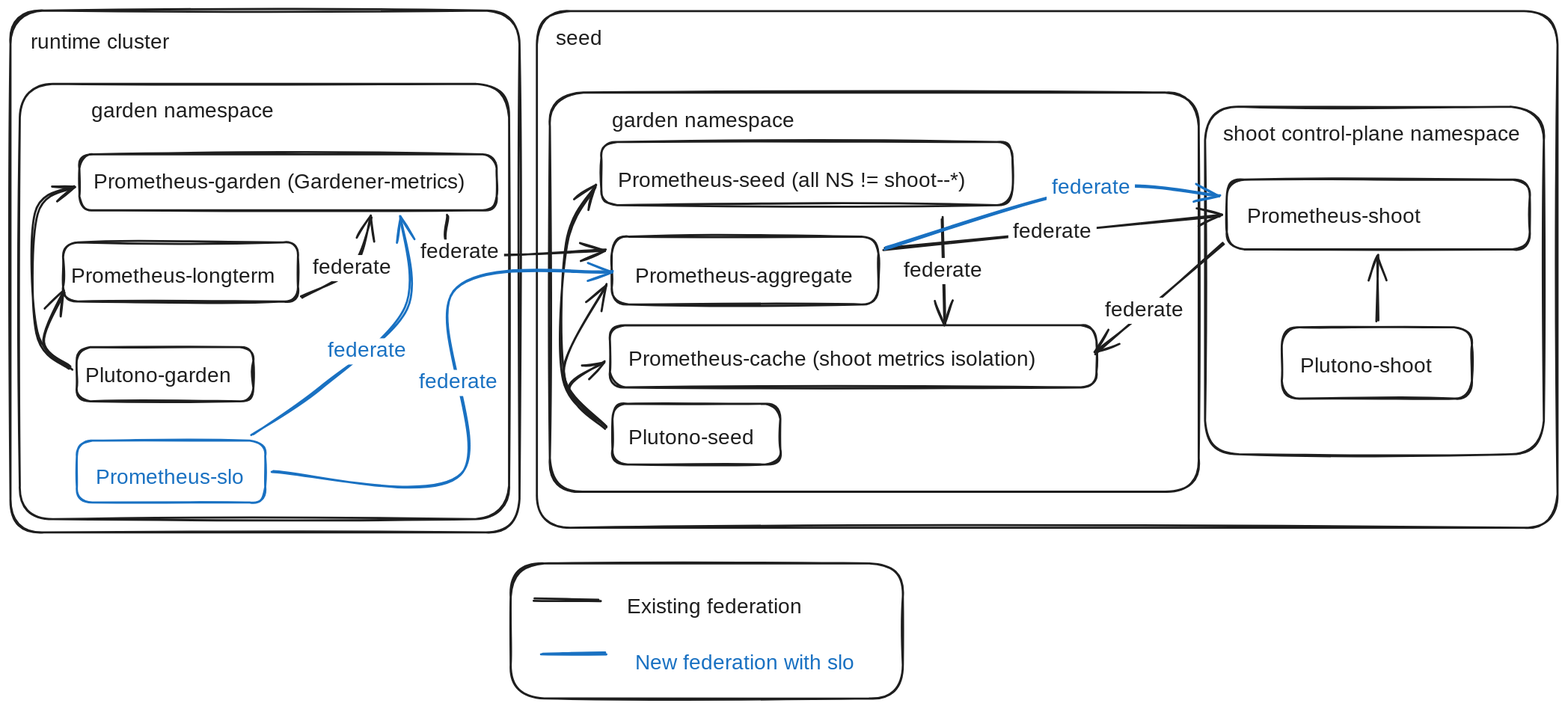
Before: geps/0041-slo-monitoring/slo-extension-plan.svg, a diagram exported from Excalidraw (gardener/enhancements). Source tidied: one line per element, renumbered; positions are measured from the earlier drawing's top-left corner, leaving out a move shared by most shapes. Its diagram source:
```json
{"id": 0, "type": "rectangle", "strokeColor": "#1e1e1e", "strokeWidth": 2, "roughness": 1, "round": true, "x": 0, "y": 0, "width": 486, "height": 498}
{"id": 1, "type": "rectangle", "strokeColor": "#1e1e1e", "strokeWidth": 2, "roughness": 1, "round": true, "x": 503, "y": 1, "width": 974, "height": 493}
{"id": 2, "type": "text", "text": "seed", "strokeColor": "#1e1e1e", "strokeWidth": 2, "roughness": 1, "fontSize": 20, "fontFamily": 5, "x": 521, "y": 15, "width": 44, "height": 25}
{"id": 3, "type": "rectangle", "strokeColor": "#1e1e1e", "strokeWidth": 2, "roughness": 1, "round": true, "x": 515, "y": 78, "width": 619, "height": 381}
{"id": 4, "type": "text", "text": "garden namespace", "strokeColor": "#1e1e1e", "strokeWidth": 2, "roughness": 1, "fontSize": 20, "fontFamily": 5, "x": 574, "y": 94, "width": 172, "height": 25}
{"id": 5, "type": "rectangle", "strokeColor": "#1e1e1e", "strokeWidth": 2, "roughness": 1, "round": true, "x": 1140, "y": 92, "width": 323, "height": 332}
{"id": 6, "type": "text", "text": "shoot control-plane namespace", "strokeColor": "#1e1e1e", "strokeWidth": 2, "roughness": 1, "fontSize": 20, "fontFamily": 5, "x": 1158, "y": 106, "width": 298, "height": 25}
{"id": 7, "type": "rectangle", "strokeColor": "#1e1e1e", "strokeWidth": 2, "roughness": 1, "round": true, "x": 1161, "y": 162, "width": 289, "height": 67}
{"id": 8, "type": "text", "text": "Prometheus-shoot", "strokeColor": "#1e1e1e", "strokeWidth": 2, "roughness": 1, "fontSize": 20, "fontFamily": 5, "x": 1181, "y": 185, "width": 179, "height": 25}
{"id": 9, "type": "rectangle", "strokeColor": "#1e1e1e", "strokeWidth": 2, "roughness": 1, "round": true, "x": 1214, "y": 303, "width": 181, "height": 68}
{"id": 10, "type": "text", "text": "Plutono-shoot", "strokeColor": "#1e1e1e", "strokeWidth": 2, "roughness": 1, "fontSize": 20, "fontFamily": 5, "x": 1232, "y": 328, "width": 140, "height": 25}
{"id": 11, "type": "arrow", "strokeColor": "#1e1e1e", "strokeWidth": 2, "roughness": 1, "endArrowhead": "arrow", "round": true, "from": 9, "to": 7, "x": 1305, "y": 297, "width": 1, "height": 62, "points": [[0, 0], [1, -62]]}
{"id": 12, "type": "rectangle", "strokeColor": "#1e1e1e", "strokeWidth": 2, "roughness": 1, "round": true, "x": 564, "y": 126, "width": 392, "height": 60}
{"id": 13, "type": "rectangle", "strokeColor": "#1e1e1e", "strokeWidth": 2, "roughness": 1, "round": true, "x": 574, "y": 216, "width": 255, "height": 65}
{"id": 14, "type": "rectangle", "strokeColor": "#1e1e1e", "strokeWidth": 2, "roughness": 1, "round": true, "x": 572, "y": 301, "width": 464, "height": 59}
{"id": 15, "type": "rectangle", "strokeColor": "#1e1e1e", "strokeWidth": 2, "roughness": 1, "round": true, "x": 575, "y": 376, "width": 160, "height": 58}
{"id": 16, "type": "text", "text": "Plutono-seed", "strokeColor": "#1e1e1e", "strokeWidth": 2, "roughness": 1, "fontSize": 20, "fontFamily": 5, "x": 590, "y": 397, "width": 128, "height": 25}
{"id": 17, "type": "text", "text": "Prometheus-seed (all NS != shoot--*)", "strokeColor": "#1e1e1e", "strokeWidth": 2, "roughness": 1, "fontSize": 20, "fontFamily": 5, "x": 580, "y": 151, "width": 362, "height": 25}
{"id": 18, "type": "text", "text": "Prometheus-aggregate", "strokeColor": "#1e1e1e", "strokeWidth": 2, "roughness": 1, "fontSize": 20, "fontFamily": 5, "x": 596, "y": 243, "width": 218, "height": 25}
{"id": 19, "type": "text", "text": "Prometheus-cache (shoot metrics isolation)\n", "strokeColor": "#1e1e1e", "strokeWidth": 2, "roughness": 1, "fontSize": 20, "fontFamily": 5, "x": 590, "y": 322, "width": 425, "height": 50}
{"id": 20, "type": "arrow", "strokeColor": "#1e1e1e", "strokeWidth": 2, "roughness": 1, "endArrowhead": "arrow", "round": true, "from": 7, "to": 14, "x": 1158, "y": 223, "width": 122, "height": 104, "points": [[0, 0], [-75, 63], [-122, 104]]}
{"id": 21, "type": "text", "text": "federate", "strokeColor": "#1e1e1e", "strokeWidth": 2, "roughness": 1, "fontSize": 20, "fontFamily": 5, "textAlign": "center", "verticalAlign": "middle", "inside": 20, "x": 1053, "y": 251, "width": 84, "height": 25}
{"id": 22, "type": "arrow", "strokeColor": "#1e1e1e", "strokeWidth": 2, "roughness": 1, "endArrowhead": "arrow", "round": true, "from": 13, "to": 7, "x": 834, "y": 228, "width": 321, "height": 33, "points": [[0, 0], [321, -33]]}
{"id": 23, "type": "text", "text": "federate", "strokeColor": "#1e1e1e", "strokeWidth": 2, "roughness": 1, "fontSize": 20, "fontFamily": 5, "textAlign": "center", "verticalAlign": "middle", "inside": 22, "x": 953, "y": 209, "width": 84, "height": 25}
{"id": 24, "type": "arrow", "strokeColor": "#1e1e1e", "strokeWidth": 2, "roughness": 1, "endArrowhead": "arrow", "round": true, "x": 889, "y": 198, "width": 3, "height": 101, "points": [[0, 0], [3, 101]]}
{"id": 25, "type": "text", "text": "federate", "strokeColor": "#1e1e1e", "strokeWidth": 2, "roughness": 1, "fontSize": 20, "fontFamily": 5, "textAlign": "center", "verticalAlign": "middle", "inside": 24, "x": 850, "y": 235, "width": 84, "height": 25}
{"id": 26, "type": "arrow", "strokeColor": "#1e1e1e", "strokeWidth": 2, "roughness": 1, "endArrowhead": "arrow", "round": true, "from": 15, "to": 14, "x": 569, "y": 398, "width": 36, "height": 63, "points": [[0, 0], [-36, -37], [-2, -63]]}
{"id": 27, "type": "arrow", "strokeColor": "#1e1e1e", "strokeWidth": 2, "roughness": 1, "endArrowhead": "arrow", "round": true, "from": 15, "to": 13, "x": 569, "y": 397, "width": 41, "height": 136, "points": [[0, 0], [-41, -51], [-1, -136]]}
{"id": 28, "type": "arrow", "strokeColor": "#1e1e1e", "strokeWidth": 2, "roughness": 1, "endArrowhead": "arrow", "round": true, "from": 15, "to": 12, "x": 569, "y": 398, "width": 41, "height": 230, "points": [[0, 0], [-41, -44], [-37, -175], [-11, -230]]}
{"id": 29, "type": "text", "text": "runtime cluster", "strokeColor": "#1e1e1e", "strokeWidth": 2, "roughness": 1, "fontSize": 20, "fontFamily": 5, "x": 19, "y": 19, "width": 144, "height": 25}
{"id": 30, "type": "rectangle", "strokeColor": "#1e1e1e", "strokeWidth": 2, "roughness": 1, "round": true, "x": 9, "y": 70, "width": 467, "height": 416}
{"id": 31, "type": "text", "text": "garden namespace", "strokeColor": "#1e1e1e", "strokeWidth": 2, "roughness": 1, "fontSize": 20, "fontFamily": 5, "x": 77, "y": 85, "width": 172, "height": 25}
{"id": 32, "type": "rectangle", "strokeColor": "#1e1e1e", "strokeWidth": 2, "roughness": 1, "round": true, "x": 66, "y": 137, "width": 398, "height": 53}
{"id": 33, "type": "text", "text": "Prometheus-garden (Gardener-metrics) ", "strokeColor": "#1e1e1e", "strokeWidth": 2, "roughness": 1, "fontSize": 20, "fontFamily": 5, "x": 79, "y": 152, "width": 384, "height": 25}
{"id": 34, "type": "rectangle", "strokeColor": "#1e1e1e", "strokeWidth": 2, "roughness": 1, "round": true, "x": 50, "y": 221, "width": 224, "height": 56}
{"id": 35, "type": "text", "text": "Prometheus-longterm", "strokeColor": "#1e1e1e", "strokeWidth": 2, "roughness": 1, "fontSize": 20, "fontFamily": 5, "x": 58, "y": 242, "width": 203, "height": 25}
{"id": 36, "type": "rectangle", "strokeColor": "#1e1e1e", "strokeWidth": 2, "roughness": 1, "round": true, "x": 63, "y": 321, "width": 169, "height": 52}
{"id": 37, "type": "text", "text": "Plutono-garden", "strokeColor": "#1e1e1e", "strokeWidth": 2, "roughness": 1, "fontSize": 20, "fontFamily": 5, "x": 72, "y": 337, "width": 147, "height": 25}
{"id": 38, "type": "arrow", "strokeColor": "#1e1e1e", "strokeWidth": 2, "roughness": 1, "endArrowhead": "arrow", "round": true, "from": 36, "to": 35, "x": 57, "y": 342, "width": 26, "height": 73, "points": [[0, 0], [-26, -25], [-5, -73]]}
{"id": 39, "type": "arrow", "strokeColor": "#1e1e1e", "strokeWidth": 2, "roughness": 1, "endArrowhead": "arrow", "round": true, "from": 36, "to": 32, "x": 57, "y": 341, "width": 36, "height": 173, "points": [[0, 0], [-31, -34], [-33, -147], [3, -173]]}
{"id": 40, "type": "arrow", "strokeColor": "#1e1e1e", "strokeWidth": 2, "roughness": 1, "endArrowhead": "arrow", "round": true, "x": 417, "y": 197, "width": 151, "height": 35, "points": [[0, 0], [12, 35], [151, 31]]}
{"id": 41, "type": "text", "text": "federate", "strokeColor": "#1e1e1e", "strokeWidth": 2, "roughness": 1, "fontSize": 20, "fontFamily": 5, "textAlign": "center", "verticalAlign": "middle", "inside": 40, "x": 377, "y": 194, "width": 84, "height": 25}
{"id": 42, "type": "arrow", "strokeColor": "#1e1e1e", "strokeWidth": 2, "roughness": 1, "endArrowhead": "arrow", "round": true, "from": 34, "to": 32, "x": 278, "y": 275, "width": 67, "height": 78, "points": [[0, 0], [48, -29], [67, -78]]}
{"id": 43, "type": "text", "text": "federate", "strokeColor": "#1e1e1e", "strokeWidth": 2, "roughness": 1, "fontSize": 20, "fontFamily": 5, "textAlign": "center", "verticalAlign": "middle", "inside": 42, "x": 288, "y": 227, "width": 84, "height": 25}
{"id": 44, "type": "rectangle", "strokeColor": "#1971c2", "strokeWidth": 2, "roughness": 1, "round": true, "x": 63, "y": 411, "width": 180, "height": 59}
{"id": 45, "type": "text", "text": "Prometheus-slo", "strokeColor": "#1971c2", "strokeWidth": 2, "roughness": 1, "fontSize": 20, "fontFamily": 5, "x": 81, "y": 435, "width": 149, "height": 25}
{"id": 46, "type": "arrow", "strokeColor": "#1971c2", "strokeWidth": 2, "roughness": 1, "endArrowhead": "arrow", "round": true, "from": 44, "to": 32, "x": 230, "y": 405, "width": 147, "height": 208, "points": [[0, 0], [65, -44], [147, -121], [141, -208]]}
{"id": 47, "type": "text", "text": "federate", "strokeColor": "#1971c2", "strokeWidth": 2, "roughness": 1, "fontSize": 20, "fontFamily": 5, "textAlign": "center", "verticalAlign": "middle", "inside": 46, "x": 303, "y": 311, "width": 84, "height": 25}
{"id": 48, "type": "arrow", "strokeColor": "#1971c2", "strokeWidth": 2, "roughness": 1, "endArrowhead": "arrow", "round": true, "x": 250, "y": 440, "width": 326, "height": 194, "points": [[0, 0], [180, 2], [172, -172], [326, -191]]}
{"id": 49, "type": "text", "text": "federate", "strokeColor": "#1971c2", "strokeWidth": 2, "roughness": 1, "fontSize": 20, "fontFamily": 5, "textAlign": "center", "verticalAlign": "middle", "inside": 48, "x": 381, "y": 318, "width": 84, "height": 25}
{"id": 50, "type": "arrow", "strokeColor": "#1971c2", "strokeWidth": 2, "roughness": 1, "endArrowhead": "arrow", "round": true, "from": 13, "to": 7, "x": 834, "y": 227, "width": 321, "height": 57, "points": [[0, 0], [197, -57], [321, -50]]}
{"id": 51, "type": "text", "text": "federate", "strokeColor": "#1971c2", "strokeWidth": 2, "roughness": 1, "fontSize": 20, "fontFamily": 5, "textAlign": "center", "verticalAlign": "middle", "inside": 50, "x": 939, "y": 163, "width": 84, "height": 25}
{"id": 52, "type": "rectangle", "strokeColor": "#1e1e1e", "strokeWidth": 2, "roughness": 1, "round": true, "x": 478, "y": 528, "width": 374, "height": 129}
{"id": 53, "type": "line", "strokeColor": "#1e1e1e", "strokeWidth": 2, "roughness": 1, "round": true, "x": 499, "y": 562, "width": 63, "height": 1, "points": [[0, 0], [63, 1]]}
{"id": 54, "type": "text", "text": "Existing federation ", "strokeColor": "#1e1e1e", "strokeWidth": 2, "roughness": 1, "fontSize": 20, "fontFamily": 5, "x": 588, "y": 558, "width": 196, "height": 25}
{"id": 55, "type": "line", "strokeColor": "#1971c2", "strokeWidth": 2, "roughness": 1, "round": true, "x": 507, "y": 614, "width": 62, "height": 0, "points": [[0, 0], [62, 0]]}
{"id": 56, "type": "text", "text": "New federation with slo", "strokeColor": "#1971c2", "strokeWidth": 2, "roughness": 1, "fontSize": 20, "fontFamily": 5, "x": 596, "y": 612, "width": 230, "height": 25}
```
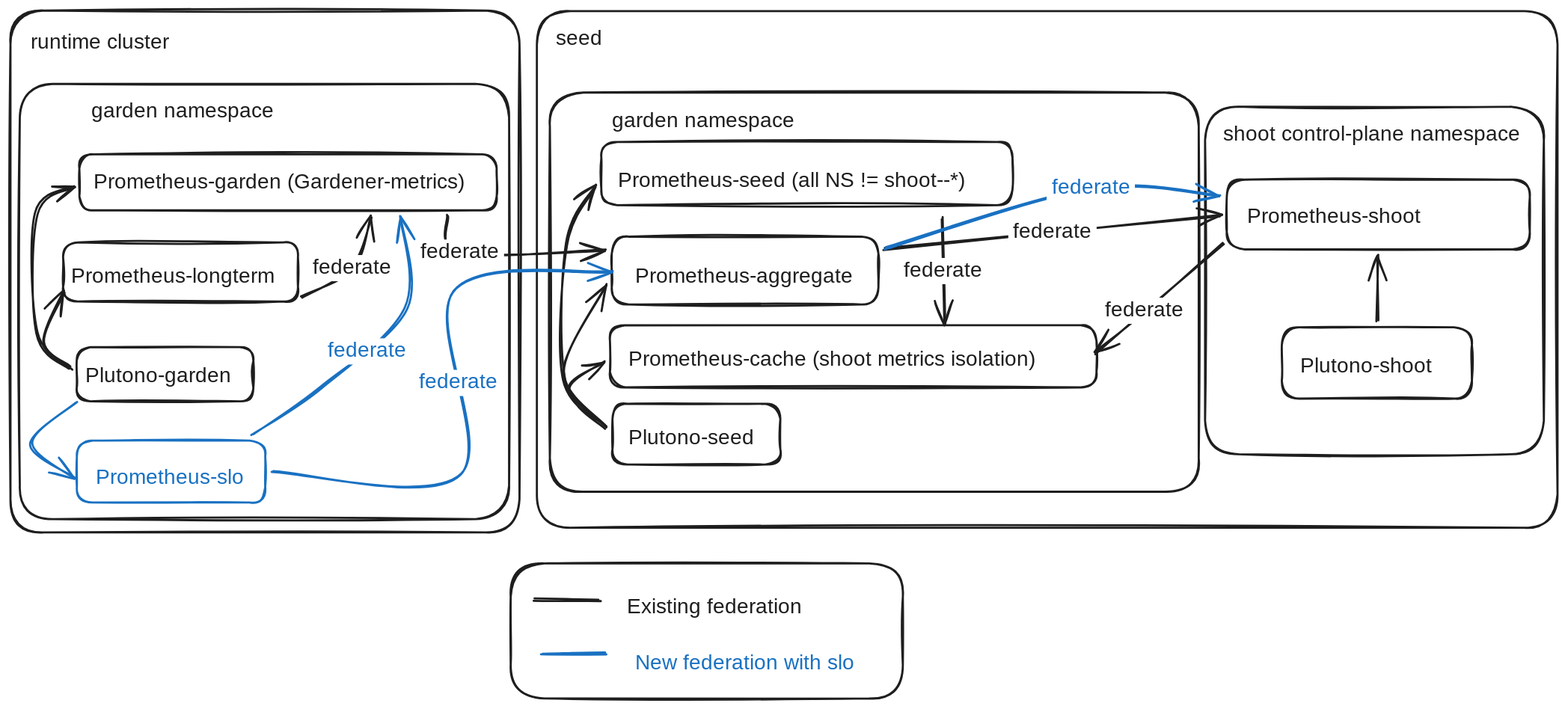
Above is the later version.

Commit message:
new svg + table of content

Change to the diagram source:
```diff
@@ -55,3 +55,4 @@
 {"id": 54, "type": "text", "text": "Existing federation ", "strokeColor": "#1e1e1e", "strokeWidth": 2, "roughness": 1, "fontSize": 20, "fontFamily": 5, "x": 588, "y": 558, "width": 196, "height": 25}
 {"id": 55, "type": "line", "strokeColor": "#1971c2", "strokeWidth": 2, "roughness": 1, "round": true, "x": 507, "y": 614, "width": 62, "height": 0, "points": [[0, 0], [62, 0]]}
 {"id": 56, "type": "text", "text": "New federation with slo", "strokeColor": "#1971c2", "strokeWidth": 2, "roughness": 1, "fontSize": 20, "fontFamily": 5, "x": 596, "y": 612, "width": 230, "height": 25}
+{"id": 57, "type": "arrow", "strokeColor": "#1971c2", "strokeWidth": 2, "roughness": 1, "endArrowhead": "arrow", "round": true, "from": 36, "x": 63, "y": 375, "width": 43, "height": 73, "points": [[0, 0], [-43, 39], [-2, 73]]}
```
